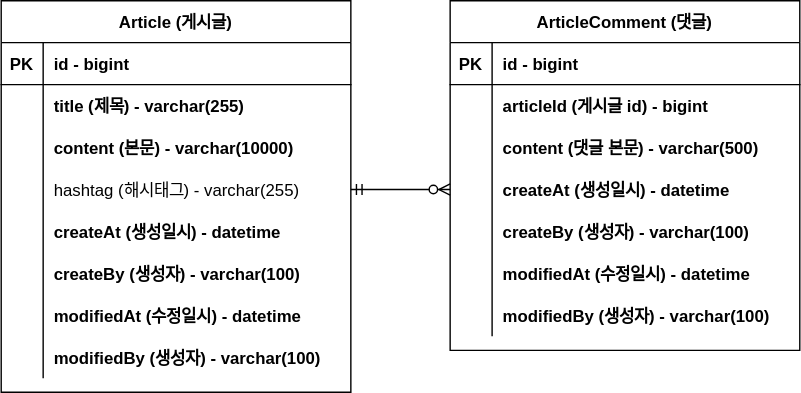
JIHYEON-PF/fc_project-board keeps this draw.io diagram as documents/project-board-erd.svg. Above is the earlier version. Source tidied: cells renumbered, new cells last; positions are measured from the earlier drawing's top-left corner, leaving out a move shared by most shapes.
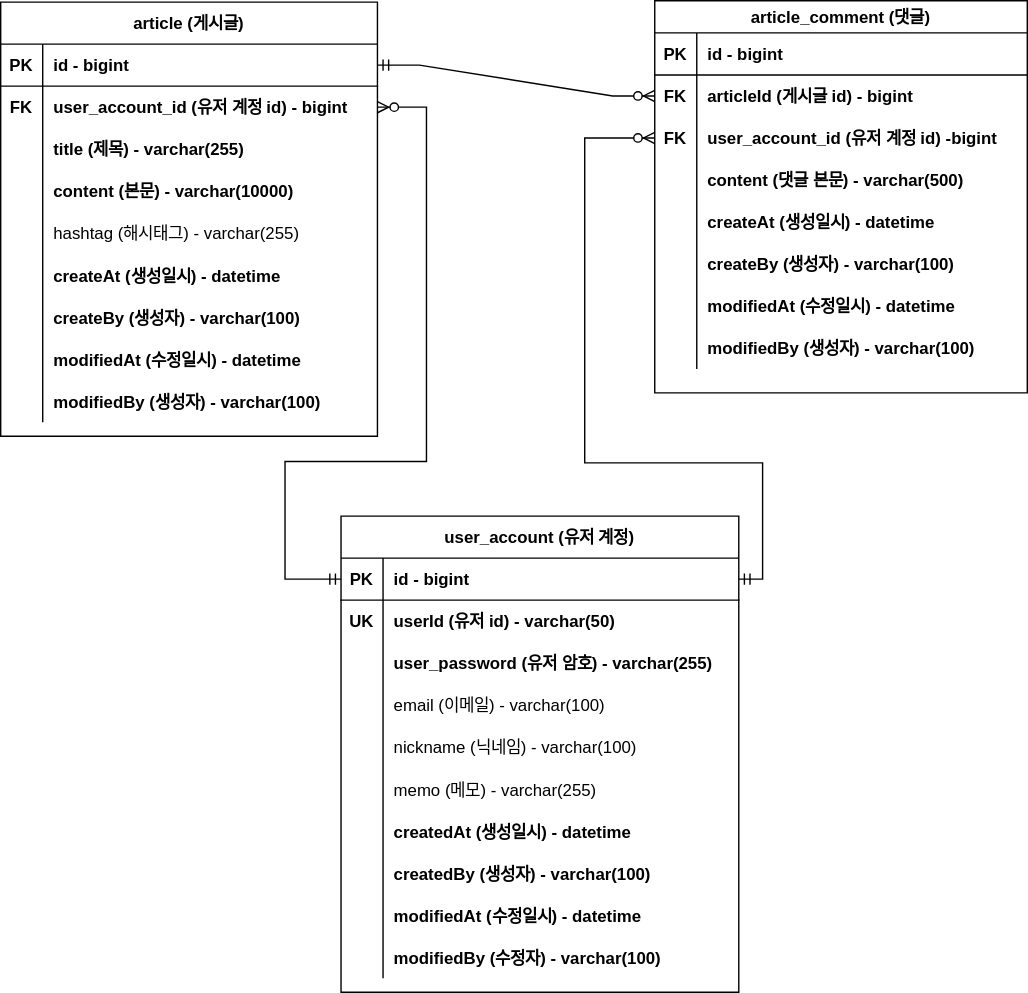
Above is the later version.

Commit message:
#18 - user_account ERD 추가

Change to the diagram source:
```diff
@@ -4,7 +4,7 @@
     <mxCell id="1" parent="0" />
-    <mxCell id="2" value="Article (게시글)" style="shape=table;startSize=30;rowLines=0;fontStyle=1;align=center;" parent="1" vertex="1">
-      <mxGeometry width="250" height="280" as="geometry" />
+    <mxCell id="2" value="article (게시글)" style="shape=table;startSize=30;rowLines=0;fontStyle=1;align=center;" parent="1" vertex="1">
+      <mxGeometry width="269" height="310" as="geometry" />
     </mxCell>
     <mxCell id="3" style="shape=partialRectangle;fillColor=none;points=[[0,0.5],[1,0.5]];portConstraint=eastwest;top=0;left=0;right=0;bottom=1;" parent="2" vertex="1">
-      <mxGeometry y="30" width="250" height="30" as="geometry" />
+      <mxGeometry y="30" width="269" height="30" as="geometry" />
     </mxCell>
@@ -14,15 +14,24 @@
     <mxCell id="5" value="id - bigint" style="shape=partialRectangle;overflow=hidden;fillColor=none;top=0;left=0;bottom=0;right=0;align=left;spacingLeft=6;fontStyle=1;" parent="3" vertex="1">
-      <mxGeometry x="30" width="220" height="30" as="geometry" />
+      <mxGeometry x="30" width="239" height="30" as="geometry" />
     </mxCell>
     <mxCell id="6" style="shape=partialRectangle;fillColor=none;points=[[0,0.5],[1,0.5]];portConstraint=eastwest;top=0;left=0;right=0;bottom=0;" parent="2" vertex="1">
-      <mxGeometry y="60" width="250" height="30" as="geometry" />
+      <mxGeometry y="60" width="269" height="30" as="geometry" />
     </mxCell>
-    <mxCell id="7" style="shape=partialRectangle;overflow=hidden;fillColor=none;top=0;left=0;bottom=0;right=0;" parent="6" vertex="1">
+    <mxCell id="7" value="FK" style="shape=partialRectangle;overflow=hidden;fillColor=none;top=0;left=0;bottom=0;right=0;fontStyle=1;" parent="6" vertex="1">
       <mxGeometry width="30" height="30" as="geometry" />
     </mxCell>
-    <mxCell id="8" value="title (제목) - varchar(255)" style="shape=partialRectangle;overflow=hidden;fillColor=none;top=0;left=0;bottom=0;right=0;align=left;spacingLeft=6;fontStyle=1;" parent="6" vertex="1">
-      <mxGeometry x="30" width="220" height="30" as="geometry" />
+    <mxCell id="8" value="user_account_id (유저 계정 id) - bigint" style="shape=partialRectangle;overflow=hidden;fillColor=none;top=0;left=0;bottom=0;right=0;align=left;spacingLeft=6;fontStyle=1;" parent="6" vertex="1">
+      <mxGeometry x="30" width="239" height="30" as="geometry" />
     </mxCell>
+    <mxCell id="50" style="shape=partialRectangle;fillColor=none;top=0;left=0;right=0;bottom=0;" parent="2" vertex="1">
+      <mxGeometry y="90" width="269" height="30" as="geometry" />
+    </mxCell>
+    <mxCell id="51" style="shape=partialRectangle;overflow=hidden;fillColor=none;top=0;left=0;bottom=0;right=0;" parent="50" vertex="1">
+      <mxGeometry width="30" height="30" as="geometry" />
+    </mxCell>
+    <mxCell id="52" value="title (제목) - varchar(255)" style="shape=partialRectangle;overflow=hidden;fillColor=none;top=0;left=0;bottom=0;right=0;align=left;spacingLeft=6;fontStyle=1;" parent="50" vertex="1">
+      <mxGeometry x="30" width="239" height="30" as="geometry" />
+    </mxCell>
     <mxCell id="9" style="shape=partialRectangle;fillColor=none;top=0;left=0;right=0;bottom=0;" parent="2" vertex="1">
-      <mxGeometry y="90" width="250" height="30" as="geometry" />
+      <mxGeometry y="120" width="269" height="30" as="geometry" />
     </mxCell>
@@ -32,6 +41,6 @@
     <mxCell id="11" value="content (본문) - varchar(10000)" style="shape=partialRectangle;overflow=hidden;fillColor=none;top=0;left=0;bottom=0;right=0;align=left;spacingLeft=6;fontStyle=1;" parent="9" vertex="1">
-      <mxGeometry x="30" width="220" height="30" as="geometry" />
+      <mxGeometry x="30" width="239" height="30" as="geometry" />
     </mxCell>
     <mxCell id="12" style="shape=partialRectangle;fillColor=none;points=[[0,0.5],[1,0.5]];portConstraint=eastwest;top=0;left=0;right=0;bottom=0;" parent="2" vertex="1">
-      <mxGeometry y="120" width="250" height="30" as="geometry" />
+      <mxGeometry y="150" width="269" height="30" as="geometry" />
     </mxCell>
@@ -41,6 +50,6 @@
     <mxCell id="14" value="hashtag (해시태그) - varchar(255)" style="shape=partialRectangle;overflow=hidden;fillColor=none;top=0;left=0;bottom=0;right=0;align=left;spacingLeft=6;" parent="12" vertex="1">
-      <mxGeometry x="30" width="220" height="30" as="geometry" />
+      <mxGeometry x="30" width="239" height="30" as="geometry" />
     </mxCell>
     <mxCell id="15" style="shape=partialRectangle;fillColor=none;top=0;left=0;right=0;bottom=0;" parent="2" vertex="1">
-      <mxGeometry y="150" width="250" height="30" as="geometry" />
+      <mxGeometry y="180" width="269" height="30" as="geometry" />
     </mxCell>
@@ -50,6 +59,6 @@
     <mxCell id="17" value="createAt (생성일시) - datetime" style="shape=partialRectangle;overflow=hidden;fillColor=none;top=0;left=0;bottom=0;right=0;align=left;spacingLeft=6;fontStyle=1;" parent="15" vertex="1">
-      <mxGeometry x="30" width="220" height="30" as="geometry" />
+      <mxGeometry x="30" width="239" height="30" as="geometry" />
     </mxCell>
     <mxCell id="18" style="shape=partialRectangle;fillColor=none;top=0;left=0;right=0;bottom=0;" parent="2" vertex="1">
-      <mxGeometry y="180" width="250" height="30" as="geometry" />
+      <mxGeometry y="210" width="269" height="30" as="geometry" />
     </mxCell>
@@ -59,6 +68,6 @@
     <mxCell id="20" value="createBy (생성자) - varchar(100)" style="shape=partialRectangle;overflow=hidden;fillColor=none;top=0;left=0;bottom=0;right=0;align=left;spacingLeft=6;fontStyle=1;" parent="18" vertex="1">
-      <mxGeometry x="30" width="220" height="30" as="geometry" />
+      <mxGeometry x="30" width="239" height="30" as="geometry" />
     </mxCell>
     <mxCell id="21" style="shape=partialRectangle;fillColor=none;top=0;left=0;right=0;bottom=0;" parent="2" vertex="1">
-      <mxGeometry y="210" width="250" height="30" as="geometry" />
+      <mxGeometry y="240" width="269" height="30" as="geometry" />
     </mxCell>
@@ -68,6 +77,6 @@
     <mxCell id="23" value="modifiedAt (수정일시) - datetime" style="shape=partialRectangle;overflow=hidden;fillColor=none;top=0;left=0;bottom=0;right=0;align=left;spacingLeft=6;fontStyle=1;" parent="21" vertex="1">
-      <mxGeometry x="30" width="220" height="30" as="geometry" />
+      <mxGeometry x="30" width="239" height="30" as="geometry" />
     </mxCell>
     <mxCell id="24" style="shape=partialRectangle;fillColor=none;top=0;left=0;right=0;bottom=0;" parent="2" vertex="1">
-      <mxGeometry y="240" width="250" height="30" as="geometry" />
+      <mxGeometry y="270" width="269" height="30" as="geometry" />
     </mxCell>
@@ -77,9 +86,9 @@
     <mxCell id="26" value="modifiedBy (생성자) - varchar(100)" style="shape=partialRectangle;overflow=hidden;fillColor=none;top=0;left=0;bottom=0;right=0;align=left;spacingLeft=6;fontStyle=1;" parent="24" vertex="1">
-      <mxGeometry x="30" width="220" height="30" as="geometry" />
+      <mxGeometry x="30" width="239" height="30" as="geometry" />
     </mxCell>
-    <mxCell id="27" value="ArticleComment (댓글)" style="shape=table;startSize=30;rowLines=0;fontStyle=1;align=center;" parent="1" vertex="1">
-      <mxGeometry x="321" width="250" height="250" as="geometry" />
+    <mxCell id="27" value="article_comment (댓글)" style="shape=table;startSize=23;rowLines=0;fontStyle=1;align=center;" parent="1" vertex="1">
+      <mxGeometry x="467" y="-1" width="266" height="280" as="geometry" />
     </mxCell>
     <mxCell id="28" style="shape=partialRectangle;fillColor=none;top=0;left=0;right=0;bottom=1;" parent="27" vertex="1">
-      <mxGeometry y="30" width="250" height="30" as="geometry" />
+      <mxGeometry y="23" width="266" height="30" as="geometry" />
     </mxCell>
@@ -89,8 +98,8 @@
     <mxCell id="30" value="id - bigint" style="shape=partialRectangle;overflow=hidden;fillColor=none;top=0;left=0;bottom=0;right=0;align=left;spacingLeft=6;fontStyle=1;" parent="28" vertex="1">
-      <mxGeometry x="30" width="220" height="30" as="geometry" />
+      <mxGeometry x="30" width="236" height="30" as="geometry" />
     </mxCell>
     <mxCell id="31" style="shape=partialRectangle;fillColor=none;points=[[0,0.5],[1,0.5]];portConstraint=eastwest;top=0;left=0;right=0;bottom=0;" parent="27" vertex="1">
-      <mxGeometry y="60" width="250" height="30" as="geometry" />
+      <mxGeometry y="53" width="266" height="30" as="geometry" />
     </mxCell>
-    <mxCell id="32" style="shape=partialRectangle;overflow=hidden;fillColor=none;top=0;left=0;bottom=0;right=0;" parent="31" vertex="1">
+    <mxCell id="32" value="FK" style="shape=partialRectangle;overflow=hidden;fillColor=none;top=0;left=0;bottom=0;right=0;fontStyle=1;" parent="31" vertex="1">
       <mxGeometry width="30" height="30" as="geometry" />
@@ -98,6 +107,15 @@
     <mxCell id="33" value="articleId (게시글 id) - bigint" style="shape=partialRectangle;overflow=hidden;fillColor=none;top=0;left=0;bottom=0;right=0;align=left;spacingLeft=6;fontStyle=1;" parent="31" vertex="1">
-      <mxGeometry x="30" width="220" height="30" as="geometry" />
+      <mxGeometry x="30" width="236" height="30" as="geometry" />
     </mxCell>
+    <mxCell id="53" style="shape=partialRectangle;fillColor=none;points=[[0,0.5],[1,0.5]];portConstraint=eastwest;top=0;left=0;right=0;bottom=0;" parent="27" vertex="1">
+      <mxGeometry y="83" width="266" height="30" as="geometry" />
+    </mxCell>
+    <mxCell id="54" value="FK" style="shape=partialRectangle;overflow=hidden;fillColor=none;top=0;left=0;bottom=0;right=0;fontStyle=1;" parent="53" vertex="1">
+      <mxGeometry width="30" height="30" as="geometry" />
+    </mxCell>
+    <mxCell id="55" value="user_account_id (유저 계정 id) -bigint" style="shape=partialRectangle;overflow=hidden;fillColor=none;top=0;left=0;bottom=0;right=0;align=left;spacingLeft=6;fontStyle=1;" parent="53" vertex="1">
+      <mxGeometry x="30" width="236" height="30" as="geometry" />
+    </mxCell>
     <mxCell id="34" style="shape=partialRectangle;fillColor=none;top=0;left=0;right=0;bottom=0;" parent="27" vertex="1">
-      <mxGeometry y="90" width="250" height="30" as="geometry" />
+      <mxGeometry y="113" width="266" height="30" as="geometry" />
     </mxCell>
@@ -107,6 +125,6 @@
     <mxCell id="36" value="content (댓글 본문) - varchar(500)" style="shape=partialRectangle;overflow=hidden;fillColor=none;top=0;left=0;bottom=0;right=0;align=left;spacingLeft=6;fontStyle=1;" parent="34" vertex="1">
-      <mxGeometry x="30" width="220" height="30" as="geometry" />
+      <mxGeometry x="30" width="236" height="30" as="geometry" />
     </mxCell>
     <mxCell id="37" style="shape=partialRectangle;fillColor=none;points=[[0,0.5],[1,0.5]];portConstraint=eastwest;top=0;left=0;right=0;bottom=0;" parent="27" vertex="1">
-      <mxGeometry y="120" width="250" height="30" as="geometry" />
+      <mxGeometry y="143" width="266" height="30" as="geometry" />
     </mxCell>
@@ -116,6 +134,6 @@
     <mxCell id="39" value="createAt (생성일시) - datetime" style="shape=partialRectangle;overflow=hidden;fillColor=none;top=0;left=0;bottom=0;right=0;align=left;spacingLeft=6;fontStyle=1;" parent="37" vertex="1">
-      <mxGeometry x="30" width="220" height="30" as="geometry" />
+      <mxGeometry x="30" width="236" height="30" as="geometry" />
     </mxCell>
     <mxCell id="40" style="shape=partialRectangle;fillColor=none;top=0;left=0;right=0;bottom=0;" parent="27" vertex="1">
-      <mxGeometry y="150" width="250" height="30" as="geometry" />
+      <mxGeometry y="173" width="266" height="30" as="geometry" />
     </mxCell>
@@ -125,6 +143,6 @@
     <mxCell id="42" value="createBy (생성자) - varchar(100)" style="shape=partialRectangle;overflow=hidden;fillColor=none;top=0;left=0;bottom=0;right=0;align=left;spacingLeft=6;fontStyle=1;" parent="40" vertex="1">
-      <mxGeometry x="30" width="220" height="30" as="geometry" />
+      <mxGeometry x="30" width="236" height="30" as="geometry" />
     </mxCell>
     <mxCell id="43" style="shape=partialRectangle;fillColor=none;top=0;left=0;right=0;bottom=0;" parent="27" vertex="1">
-      <mxGeometry y="180" width="250" height="30" as="geometry" />
+      <mxGeometry y="203" width="266" height="30" as="geometry" />
     </mxCell>
@@ -134,6 +152,6 @@
     <mxCell id="45" value="modifiedAt (수정일시) - datetime" style="shape=partialRectangle;overflow=hidden;fillColor=none;top=0;left=0;bottom=0;right=0;align=left;spacingLeft=6;fontStyle=1;" parent="43" vertex="1">
-      <mxGeometry x="30" width="220" height="30" as="geometry" />
+      <mxGeometry x="30" width="236" height="30" as="geometry" />
     </mxCell>
     <mxCell id="46" style="shape=partialRectangle;fillColor=none;top=0;left=0;right=0;bottom=0;" parent="27" vertex="1">
-      <mxGeometry y="210" width="250" height="30" as="geometry" />
+      <mxGeometry y="233" width="266" height="30" as="geometry" />
     </mxCell>
@@ -143,7 +161,120 @@
     <mxCell id="48" value="modifiedBy (생성자) - varchar(100)" style="shape=partialRectangle;overflow=hidden;fillColor=none;top=0;left=0;bottom=0;right=0;align=left;spacingLeft=6;fontStyle=1;" parent="46" vertex="1">
-      <mxGeometry x="30" width="220" height="30" as="geometry" />
+      <mxGeometry x="30" width="236" height="30" as="geometry" />
     </mxCell>
-    <mxCell id="49" style="edgeStyle=entityRelationEdgeStyle;fontSize=12;html=1;endArrow=ERzeroToMany;startArrow=ERmandOne;rounded=0;exitX=1;exitY=0.5;exitDx=0;exitDy=0;entryX=0;entryY=0.5;entryDx=0;entryDy=0;" parent="1" edge="1" source="12" target="37">
+    <mxCell id="49" style="edgeStyle=entityRelationEdgeStyle;fontSize=12;html=1;endArrow=ERzeroToMany;startArrow=ERmandOne;rounded=0;exitX=1;exitY=0.5;exitDx=0;exitDy=0;entryX=0;entryY=0.5;entryDx=0;entryDy=0;" parent="1" edge="1" source="3" target="31">
       <mxGeometry relative="1" as="geometry" />
     </mxCell>
+    <mxCell id="56" value="user_account (유저 계정)" style="shape=table;startSize=30;rowLines=0;fontStyle=1;align=center;" parent="1" vertex="1">
+      <mxGeometry x="243" y="367" width="284" height="340" as="geometry" />
+    </mxCell>
+    <mxCell id="57" style="shape=partialRectangle;fillColor=none;points=[[0,0.5],[1,0.5]];portConstraint=eastwest;top=0;left=0;right=0;bottom=1;" parent="56" vertex="1">
+      <mxGeometry y="30" width="284" height="30" as="geometry" />
+    </mxCell>
+    <mxCell id="58" value="PK" style="shape=partialRectangle;overflow=hidden;fillColor=none;top=0;left=0;bottom=0;right=0;fontStyle=1;" parent="57" vertex="1">
+      <mxGeometry width="30" height="30" as="geometry" />
+    </mxCell>
+    <mxCell id="59" value="id - bigint" style="shape=partialRectangle;overflow=hidden;fillColor=none;top=0;left=0;bottom=0;right=0;align=left;spacingLeft=6;fontStyle=1;" parent="57" vertex="1">
+      <mxGeometry x="30" width="254" height="30" as="geometry" />
+    </mxCell>
+    <mxCell id="60" style="shape=partialRectangle;fillColor=none;top=0;left=0;right=0;bottom=0;" parent="56" vertex="1">
+      <mxGeometry y="60" width="284" height="30" as="geometry" />
+    </mxCell>
+    <mxCell id="61" value="UK" style="shape=partialRectangle;overflow=hidden;fillColor=none;top=0;left=0;bottom=0;right=0;fontStyle=1;" parent="60" vertex="1">
+      <mxGeometry width="30" height="30" as="geometry" />
+    </mxCell>
+    <mxCell id="62" value="userId (유저 id) - varchar(50)" style="shape=partialRectangle;overflow=hidden;fillColor=none;top=0;left=0;bottom=0;right=0;align=left;spacingLeft=6;fontStyle=1;" parent="60" vertex="1">
+      <mxGeometry x="30" width="254" height="30" as="geometry" />
+    </mxCell>
+    <mxCell id="63" style="shape=partialRectangle;fillColor=none;top=0;left=0;right=0;bottom=0;" parent="56" vertex="1">
+      <mxGeometry y="90" width="284" height="30" as="geometry" />
+    </mxCell>
+    <mxCell id="64" style="shape=partialRectangle;overflow=hidden;fillColor=none;top=0;left=0;bottom=0;right=0;" parent="63" vertex="1">
+      <mxGeometry width="30" height="30" as="geometry" />
+    </mxCell>
+    <mxCell id="65" value="user_password (유저 암호) - varchar(255)" style="shape=partialRectangle;overflow=hidden;fillColor=none;top=0;left=0;bottom=0;right=0;align=left;spacingLeft=6;fontStyle=1;" parent="63" vertex="1">
+      <mxGeometry x="30" width="254" height="30" as="geometry" />
+    </mxCell>
+    <mxCell id="66" style="shape=partialRectangle;fillColor=none;top=0;left=0;right=0;bottom=0;" parent="56" vertex="1">
+      <mxGeometry y="120" width="284" height="30" as="geometry" />
+    </mxCell>
+    <mxCell id="67" style="shape=partialRectangle;overflow=hidden;fillColor=none;top=0;left=0;bottom=0;right=0;" parent="66" vertex="1">
+      <mxGeometry width="30" height="30" as="geometry" />
+    </mxCell>
+    <mxCell id="68" value="email (이메일) - varchar(100)" style="shape=partialRectangle;overflow=hidden;fillColor=none;top=0;left=0;bottom=0;right=0;align=left;spacingLeft=6;fontStyle=0;" parent="66" vertex="1">
+      <mxGeometry x="30" width="254" height="30" as="geometry" />
+    </mxCell>
+    <mxCell id="69" style="shape=partialRectangle;fillColor=none;top=0;left=0;right=0;bottom=0;" parent="56" vertex="1">
+      <mxGeometry y="150" width="284" height="30" as="geometry" />
+    </mxCell>
+    <mxCell id="70" style="shape=partialRectangle;overflow=hidden;fillColor=none;top=0;left=0;bottom=0;right=0;" parent="69" vertex="1">
+      <mxGeometry width="30" height="30" as="geometry" />
+    </mxCell>
+    <mxCell id="71" value="nickname (닉네임) - varchar(100)" style="shape=partialRectangle;overflow=hidden;fillColor=none;top=0;left=0;bottom=0;right=0;align=left;spacingLeft=6;fontStyle=0;" parent="69" vertex="1">
+      <mxGeometry x="30" width="254" height="30" as="geometry" />
+    </mxCell>
+    <mxCell id="72" style="shape=partialRectangle;fillColor=none;top=0;left=0;right=0;bottom=0;" parent="56" vertex="1">
+      <mxGeometry y="180" width="284" height="30" as="geometry" />
+    </mxCell>
+    <mxCell id="73" style="shape=partialRectangle;overflow=hidden;fillColor=none;top=0;left=0;bottom=0;right=0;" parent="72" vertex="1">
+      <mxGeometry width="30" height="30" as="geometry" />
+    </mxCell>
+    <mxCell id="74" value="memo (메모) - varchar(255)" style="shape=partialRectangle;overflow=hidden;fillColor=none;top=0;left=0;bottom=0;right=0;align=left;spacingLeft=6;fontStyle=0;" parent="72" vertex="1">
+      <mxGeometry x="30" width="254" height="30" as="geometry" />
+    </mxCell>
+    <mxCell id="75" style="shape=partialRectangle;fillColor=none;top=0;left=0;right=0;bottom=0;" parent="56" vertex="1">
+      <mxGeometry y="210" width="284" height="30" as="geometry" />
+    </mxCell>
+    <mxCell id="76" style="shape=partialRectangle;overflow=hidden;fillColor=none;top=0;left=0;bottom=0;right=0;" parent="75" vertex="1">
+      <mxGeometry width="30" height="30" as="geometry" />
+    </mxCell>
+    <mxCell id="77" value="createdAt (생성일시) - datetime" style="shape=partialRectangle;overflow=hidden;fillColor=none;top=0;left=0;bottom=0;right=0;align=left;spacingLeft=6;fontStyle=1;" parent="75" vertex="1">
+      <mxGeometry x="30" width="254" height="30" as="geometry" />
+    </mxCell>
+    <mxCell id="78" style="shape=partialRectangle;fillColor=none;top=0;left=0;right=0;bottom=0;" parent="56" vertex="1">
+      <mxGeometry y="240" width="284" height="30" as="geometry" />
+    </mxCell>
+    <mxCell id="79" style="shape=partialRectangle;overflow=hidden;fillColor=none;top=0;left=0;bottom=0;right=0;" parent="78" vertex="1">
+      <mxGeometry width="30" height="30" as="geometry" />
+    </mxCell>
+    <mxCell id="80" value="createdBy (생성자) - varchar(100)" style="shape=partialRectangle;overflow=hidden;fillColor=none;top=0;left=0;bottom=0;right=0;align=left;spacingLeft=6;fontStyle=1;" parent="78" vertex="1">
+      <mxGeometry x="30" width="254" height="30" as="geometry" />
+    </mxCell>
+    <mxCell id="81" style="shape=partialRectangle;fillColor=none;top=0;left=0;right=0;bottom=0;" parent="56" vertex="1">
+      <mxGeometry y="270" width="284" height="30" as="geometry" />
+    </mxCell>
+    <mxCell id="82" style="shape=partialRectangle;overflow=hidden;fillColor=none;top=0;left=0;bottom=0;right=0;" parent="81" vertex="1">
+      <mxGeometry width="30" height="30" as="geometry" />
+    </mxCell>
+    <mxCell id="83" value="modifiedAt (수정일시) - datetime" style="shape=partialRectangle;overflow=hidden;fillColor=none;top=0;left=0;bottom=0;right=0;align=left;spacingLeft=6;fontStyle=1;" parent="81" vertex="1">
+      <mxGeometry x="30" width="254" height="30" as="geometry" />
+    </mxCell>
+    <mxCell id="84" style="shape=partialRectangle;fillColor=none;top=0;left=0;right=0;bottom=0;" parent="56" vertex="1">
+      <mxGeometry y="300" width="284" height="30" as="geometry" />
+    </mxCell>
+    <mxCell id="85" style="shape=partialRectangle;overflow=hidden;fillColor=none;top=0;left=0;bottom=0;right=0;" parent="84" vertex="1">
+      <mxGeometry width="30" height="30" as="geometry" />
+    </mxCell>
+    <mxCell id="86" value="modifiedBy (수정자) - varchar(100)" style="shape=partialRectangle;overflow=hidden;fillColor=none;top=0;left=0;bottom=0;right=0;align=left;spacingLeft=6;fontStyle=1;" parent="84" vertex="1">
+      <mxGeometry x="30" width="254" height="30" as="geometry" />
+    </mxCell>
+    <mxCell id="87" style="edgeStyle=orthogonalEdgeStyle;fontSize=12;html=1;endArrow=ERzeroToMany;startArrow=ERmandOne;rounded=0;exitX=0;exitY=0.5;exitDx=0;exitDy=0;entryX=1;entryY=0.5;entryDx=0;entryDy=0;" parent="1" edge="1" source="57" target="6">
+      <mxGeometry relative="1" as="geometry">
+        <Array as="points">
+          <mxPoint x="203" y="412" />
+          <mxPoint x="203" y="328" />
+          <mxPoint x="304" y="328" />
+          <mxPoint x="304" y="75" />
+        </Array>
+      </mxGeometry>
+    </mxCell>
+    <mxCell id="88" style="edgeStyle=orthogonalEdgeStyle;fontSize=12;html=1;endArrow=ERzeroToMany;startArrow=ERmandOne;rounded=0;exitX=1;exitY=0.5;exitDx=0;exitDy=0;entryX=0;entryY=0.5;entryDx=0;entryDy=0;" parent="1" edge="1" source="57" target="53">
+      <mxGeometry relative="1" as="geometry">
+        <Array as="points">
+          <mxPoint x="544" y="412" />
+          <mxPoint x="544" y="329" />
+          <mxPoint x="417" y="329" />
+          <mxPoint x="417" y="97" />
+        </Array>
+      </mxGeometry>
+    </mxCell>
   </root>
```
